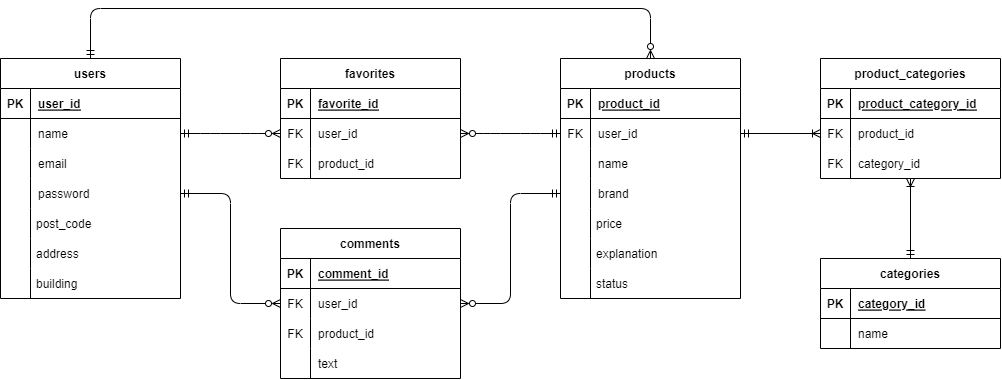
Earlier version of the draw.io export market/market.drawio.png (nakagawa1573/images). Source tidied: cells renumbered, new cells last; positions are measured from the earlier drawing's top-left corner, leaving out a move shared by most shapes.
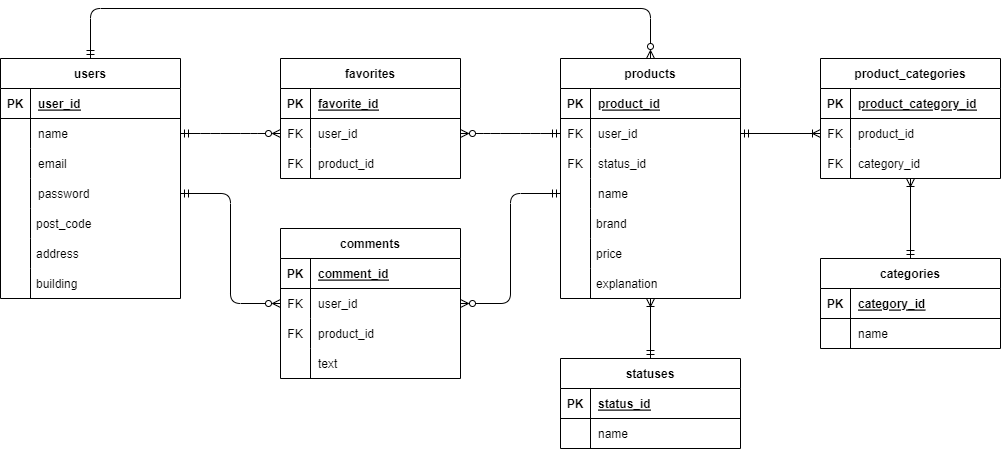
The same file after the commit.

Change to the diagram source:
```diff
@@ -92,10 +92,10 @@
     <mxCell id="31" style="shape=tableRow;horizontal=0;startSize=0;swimlaneHead=0;swimlaneBody=0;fillColor=none;top=0;left=0;right=0;bottom=0;" parent="24" vertex="1">
       <mxGeometry y="90" width="180" height="30" as="geometry" />
     </mxCell>
-    <mxCell id="32" style="shape=partialRectangle;fillColor=none;top=0;left=0;bottom=0;right=0;overflow=hidden;" parent="31" vertex="1">
+    <mxCell id="32" value="FK" style="shape=partialRectangle;fillColor=none;top=0;left=0;bottom=0;right=0;overflow=hidden;" parent="31" vertex="1">
       <mxGeometry width="30" height="30" as="geometry" />
     </mxCell>
-    <mxCell id="33" value="name" style="shape=partialRectangle;fillColor=none;top=0;left=0;bottom=0;right=0;align=left;spacingLeft=6;overflow=hidden;" parent="31" vertex="1">
+    <mxCell id="33" value="status_id" style="shape=partialRectangle;fillColor=none;top=0;left=0;bottom=0;right=0;align=left;spacingLeft=6;overflow=hidden;" parent="31" vertex="1">
       <mxGeometry x="30" width="150" height="30" as="geometry" />
     </mxCell>
     <mxCell id="34" style="shape=tableRow;horizontal=0;startSize=0;swimlaneHead=0;swimlaneBody=0;fillColor=none;points=[[0,0.5],[1,0.5]];portConstraint=eastwest;top=0;left=0;right=0;bottom=0;" parent="24" vertex="1">
@@ -104,23 +104,23 @@
     <mxCell id="35" style="shape=partialRectangle;fillColor=none;top=0;left=0;bottom=0;right=0;overflow=hidden;" parent="34" vertex="1">
       <mxGeometry width="30" height="30" as="geometry" />
     </mxCell>
-    <mxCell id="36" value="brand" style="shape=partialRectangle;fillColor=none;top=0;left=0;bottom=0;right=0;align=left;spacingLeft=6;overflow=hidden;" parent="34" vertex="1">
+    <mxCell id="36" value="name" style="shape=partialRectangle;fillColor=none;top=0;left=0;bottom=0;right=0;align=left;spacingLeft=6;overflow=hidden;" parent="34" vertex="1">
       <mxGeometry x="30" width="150" height="30" as="geometry" />
     </mxCell>
     <mxCell id="37" value="price" style="shape=partialRectangle;fillColor=none;align=left;verticalAlign=middle;strokeColor=none;spacingLeft=34;" parent="23" vertex="1">
-      <mxGeometry y="150" width="180" height="30" as="geometry" />
+      <mxGeometry y="180" width="180" height="30" as="geometry" />
     </mxCell>
     <mxCell id="38" style="shape=partialRectangle;top=0;left=0;bottom=0;fillColor=none;stokeWidth=1;align=left;verticalAlign=middle;spacingLeft=4;spacingRight=4;overflow=hidden;" parent="37" vertex="1">
       <mxGeometry width="30" height="30" as="geometry" />
     </mxCell>
     <mxCell id="39" value="explanation" style="shape=partialRectangle;fillColor=none;align=left;verticalAlign=middle;strokeColor=none;spacingLeft=34;points=[[0,0.5],[1,0.5]];portConstraint=eastwest;" parent="23" vertex="1">
-      <mxGeometry y="180" width="180" height="30" as="geometry" />
+      <mxGeometry y="210" width="180" height="30" as="geometry" />
     </mxCell>
     <mxCell id="40" style="shape=partialRectangle;top=0;left=0;bottom=0;fillColor=none;stokeWidth=1;align=left;verticalAlign=middle;spacingLeft=4;spacingRight=4;overflow=hidden;" parent="39" vertex="1">
       <mxGeometry width="30" height="30" as="geometry" />
     </mxCell>
-    <mxCell id="41" value="status" style="shape=partialRectangle;fillColor=none;align=left;verticalAlign=middle;strokeColor=none;spacingLeft=34;" parent="23" vertex="1">
-      <mxGeometry y="210" width="180" height="30" as="geometry" />
+    <mxCell id="41" value="brand" style="shape=partialRectangle;fillColor=none;align=left;verticalAlign=middle;strokeColor=none;spacingLeft=34;" parent="23" vertex="1">
+      <mxGeometry y="150" width="180" height="30" as="geometry" />
     </mxCell>
     <mxCell id="42" style="shape=partialRectangle;top=0;left=0;bottom=0;fillColor=none;stokeWidth=1;align=left;verticalAlign=middle;spacingLeft=4;spacingRight=4;overflow=hidden;" parent="41" vertex="1">
       <mxGeometry width="30" height="30" as="geometry" />
@@ -281,5 +281,29 @@
     <mxCell id="89" style="fontSize=12;html=1;endArrow=ERoneToMany;endFill=0;exitX=0.5;exitY=0;exitDx=0;exitDy=0;startArrow=ERmandOne;startFill=0;" parent="1" edge="1" source="53" target="50">
       <mxGeometry relative="1" as="geometry" />
     </mxCell>
+    <mxCell id="90" value="statuses" style="shape=table;startSize=30;rowLines=0;fontStyle=1;align=center;" parent="1" vertex="1">
+      <mxGeometry x="560" y="350" width="180" height="90" as="geometry" />
+    </mxCell>
+    <mxCell id="91" style="shape=tableRow;horizontal=0;startSize=0;swimlaneHead=0;swimlaneBody=0;fillColor=none;top=0;left=0;right=0;bottom=1;" parent="90" vertex="1">
+      <mxGeometry y="30" width="180" height="30" as="geometry" />
+    </mxCell>
+    <mxCell id="92" value="PK" style="shape=partialRectangle;fillColor=none;top=0;left=0;bottom=0;right=0;fontStyle=1;overflow=hidden;" parent="91" vertex="1">
+      <mxGeometry width="30" height="30" as="geometry" />
+    </mxCell>
+    <mxCell id="93" value="status_id" style="shape=partialRectangle;fillColor=none;top=0;left=0;bottom=0;right=0;align=left;spacingLeft=6;fontStyle=5;overflow=hidden;" parent="91" vertex="1">
+      <mxGeometry x="30" width="150" height="30" as="geometry" />
+    </mxCell>
+    <mxCell id="94" style="shape=tableRow;horizontal=0;startSize=0;swimlaneHead=0;swimlaneBody=0;fillColor=none;top=0;left=0;right=0;bottom=0;" parent="90" vertex="1">
+      <mxGeometry y="60" width="180" height="30" as="geometry" />
+    </mxCell>
+    <mxCell id="95" style="shape=partialRectangle;fillColor=none;top=0;left=0;bottom=0;right=0;overflow=hidden;" parent="94" vertex="1">
+      <mxGeometry width="30" height="30" as="geometry" />
+    </mxCell>
+    <mxCell id="96" value="name" style="shape=partialRectangle;fillColor=none;top=0;left=0;bottom=0;right=0;align=left;spacingLeft=6;overflow=hidden;" parent="94" vertex="1">
+      <mxGeometry x="30" width="150" height="30" as="geometry" />
+    </mxCell>
+    <mxCell id="97" style="fontSize=12;html=1;endArrow=ERoneToMany;endFill=0;exitX=0.5;exitY=0;exitDx=0;exitDy=0;startArrow=ERmandOne;startFill=0;" parent="1" edge="1" source="90" target="39">
+      <mxGeometry relative="1" as="geometry" />
+    </mxCell>
   </root>
 </mxGraphModel>
```
